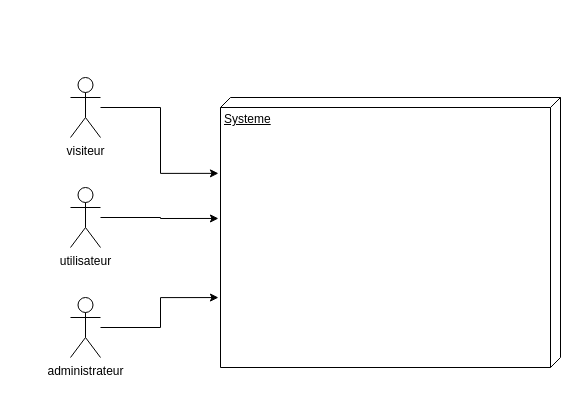
Above: Fichiers graphiques/Diagramme de contexte.drawio in tbuglioni/unlimited-studies-doc (draw.io), before the change. Source tidied: cells renumbered, new cells numbered last; positions are measured from the earlier drawing's top-left corner, leaving out a move shared by most shapes. Both pictures are drawn from the tidied source at 100%, with x=0, y=0 at pixel (70, 77).
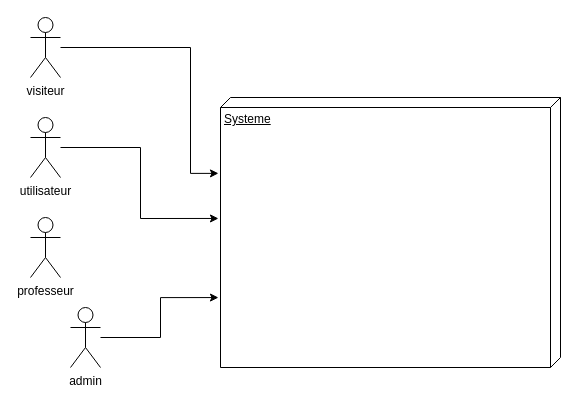
After the change.

Diff of the diagram source:
```diff
@@
 <mxGraphModel>
   <root>
     <mxCell id="0" />
     <mxCell id="1" parent="0" />
     <mxCell id="2" value="Systeme" style="verticalAlign=top;align=left;spacingTop=8;spacingLeft=2;spacingRight=12;shape=cube;size=10;direction=south;fontStyle=4;html=1;" parent="1" vertex="1">
       <mxGeometry x="150" y="20" width="340" height="270" as="geometry" />
     </mxCell>
     <mxCell id="3" style="edgeStyle=orthogonalEdgeStyle;rounded=0;jettySize=auto;html=1;entryX=0.448;entryY=1.006;entryDx=0;entryDy=0;entryPerimeter=0;" parent="1" edge="1" source="4" target="2">
       <mxGeometry relative="1" as="geometry" />
     </mxCell>
     <mxCell id="4" value="utilisateur" style="shape=umlActor;verticalLabelPosition=bottom;verticalAlign=top;html=1;" parent="1" vertex="1">
-      <mxGeometry y="110" width="30" height="60" as="geometry" />
+      <mxGeometry x="-40" y="40" width="30" height="60" as="geometry" />
     </mxCell>
     <mxCell id="5" style="edgeStyle=orthogonalEdgeStyle;rounded=0;jettySize=auto;html=1;entryX=0.281;entryY=1.006;entryDx=0;entryDy=0;entryPerimeter=0;" parent="1" edge="1" source="6" target="2">
-      <mxGeometry relative="1" as="geometry" />
+      <mxGeometry relative="1" as="geometry">
+        <Array as="points">
+          <mxPoint x="120" y="-30" />
+          <mxPoint x="120" y="96" />
+        </Array>
+      </mxGeometry>
     </mxCell>
     <mxCell id="6" value="visiteur" style="shape=umlActor;verticalLabelPosition=bottom;verticalAlign=top;html=1;" parent="1" vertex="1">
-      <mxGeometry width="30" height="60" as="geometry" />
+      <mxGeometry x="-40" y="-60" width="30" height="60" as="geometry" />
     </mxCell>
     <mxCell id="7" style="edgeStyle=orthogonalEdgeStyle;rounded=0;jettySize=auto;html=1;entryX=0.741;entryY=1.006;entryDx=0;entryDy=0;entryPerimeter=0;" parent="1" edge="1" source="8" target="2">
       <mxGeometry relative="1" as="geometry" />
     </mxCell>
-    <mxCell id="8" value="administrateur" style="shape=umlActor;verticalLabelPosition=bottom;verticalAlign=top;html=1;" parent="1" vertex="1">
-      <mxGeometry y="220" width="30" height="60" as="geometry" />
+    <mxCell id="8" value="admin" style="shape=umlActor;verticalLabelPosition=bottom;verticalAlign=top;html=1;" parent="1" vertex="1">
+      <mxGeometry y="230" width="30" height="60" as="geometry" />
     </mxCell>
+    <mxCell id="9" value="professeur" style="shape=umlActor;verticalLabelPosition=bottom;verticalAlign=top;html=1;" parent="1" vertex="1">
+      <mxGeometry x="-40" y="140" width="30" height="60" as="geometry" />
+    </mxCell>
   </root>
 </mxGraphModel>
```
